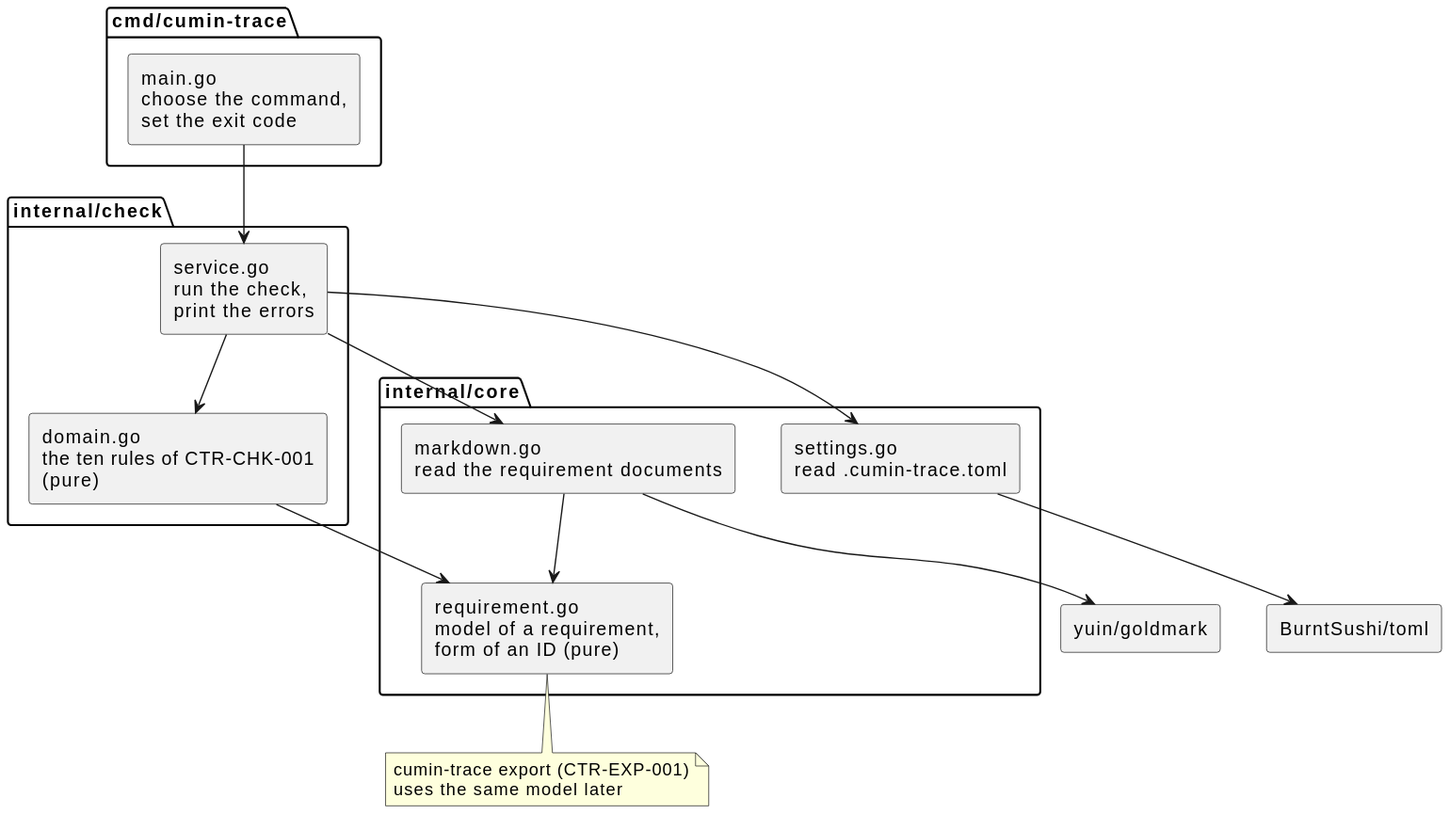
Earlier version of the PlantUML export docs/ja/designs/check-packages.svg (cloveclovedev/cumin-trace). Source of this version:
```plantuml
@startuml
skinparam shadowing false
skinparam componentStyle rectangle

package "cmd/cumin-trace" {
  [main.go\nchoose the command,\nset the exit code] as main
}

package "internal/check" {
  [service.go\nrun the check,\nprint the errors] as service
  [domain.go\nthe ten rules of CTR-CHK-001\n(pure)] as rules
}

package "internal/core" {
  [settings.go\nread .cumin-trace.toml] as settings
  [markdown.go\nread the requirement documents] as markdown
  [requirement.go\nmodel of a requirement,\nform of an ID (pure)] as model
}

[BurntSushi/toml] as toml
[yuin/goldmark] as goldmark

main --> service
service --> rules
service --> settings
service --> markdown
rules --> model
settings --> toml
markdown --> goldmark
markdown --> model

note bottom of model
  cumin-trace export (CTR-EXP-001)
  uses the same model later
end note
@enduml
```
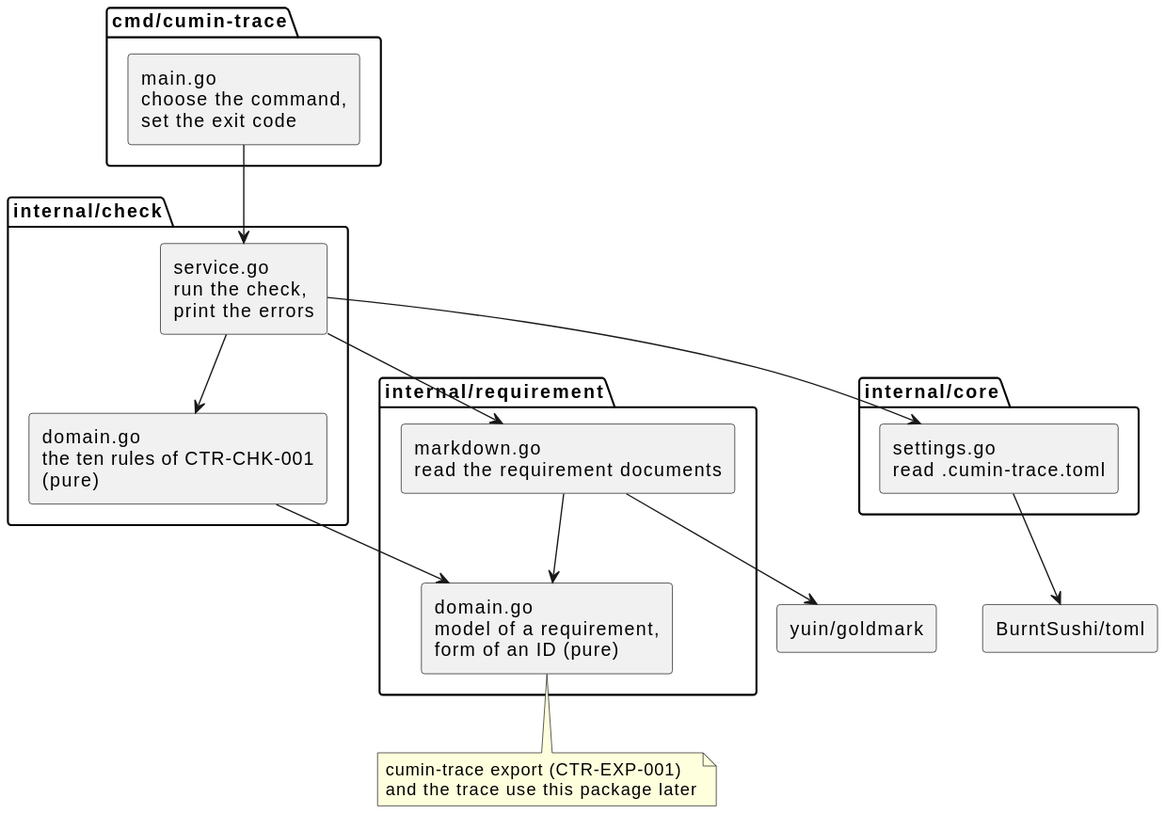
The same file after the commit.

Commit message:
docs(designs): move the model and the reading of requirements to internal/requirement

internal/core keeps only the reading of the settings. The model of a
requirement and the reading of the requirement documents are the center
of the product, so they get a feature package of their own.

Diff of the diagram source:
```diff
@@ -11,10 +11,13 @@
   [domain.go\nthe ten rules of CTR-CHK-001\n(pure)] as rules
 }
 
+package "internal/requirement" {
+  [markdown.go\nread the requirement documents] as markdown
+  [domain.go\nmodel of a requirement,\nform of an ID (pure)] as model
+}
+
 package "internal/core" {
   [settings.go\nread .cumin-trace.toml] as settings
-  [markdown.go\nread the requirement documents] as markdown
-  [requirement.go\nmodel of a requirement,\nform of an ID (pure)] as model
 }
 
 [BurntSushi/toml] as toml
@@ -31,6 +34,6 @@
 
 note bottom of model
   cumin-trace export (CTR-EXP-001)
-  uses the same model later
+  and the trace use this package later
 end note
 @enduml
```
